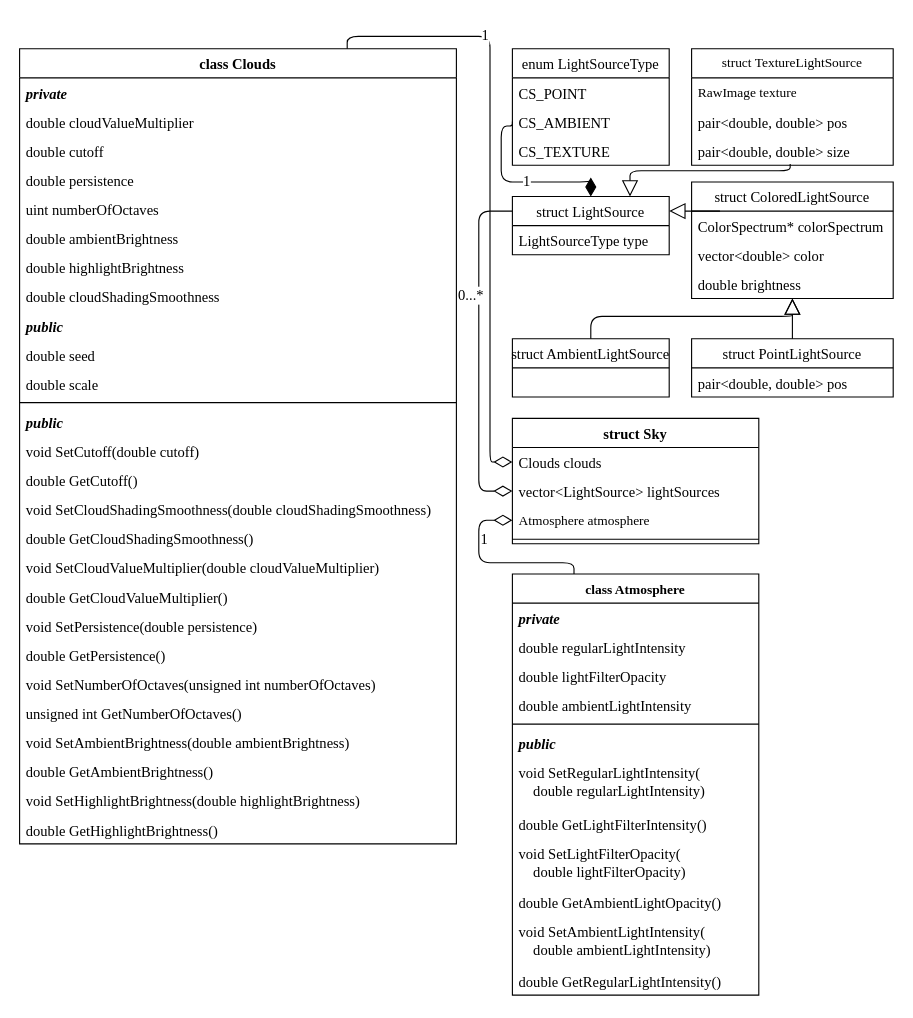
SpatiumOwl/ComplexSky-2.0 keeps this draw.io diagram as page "Sky" (3 of 9) of Docs/Class diagrams.drawio. Above is the earlier version. Source tidied: cells renumbered, new cells numbered last; positions are measured from the earlier drawing's top-left corner, leaving out a move shared by most shapes. Both pictures are drawn from the tidied source at 112%, with x=0, y=0 at pixel (19, 36).
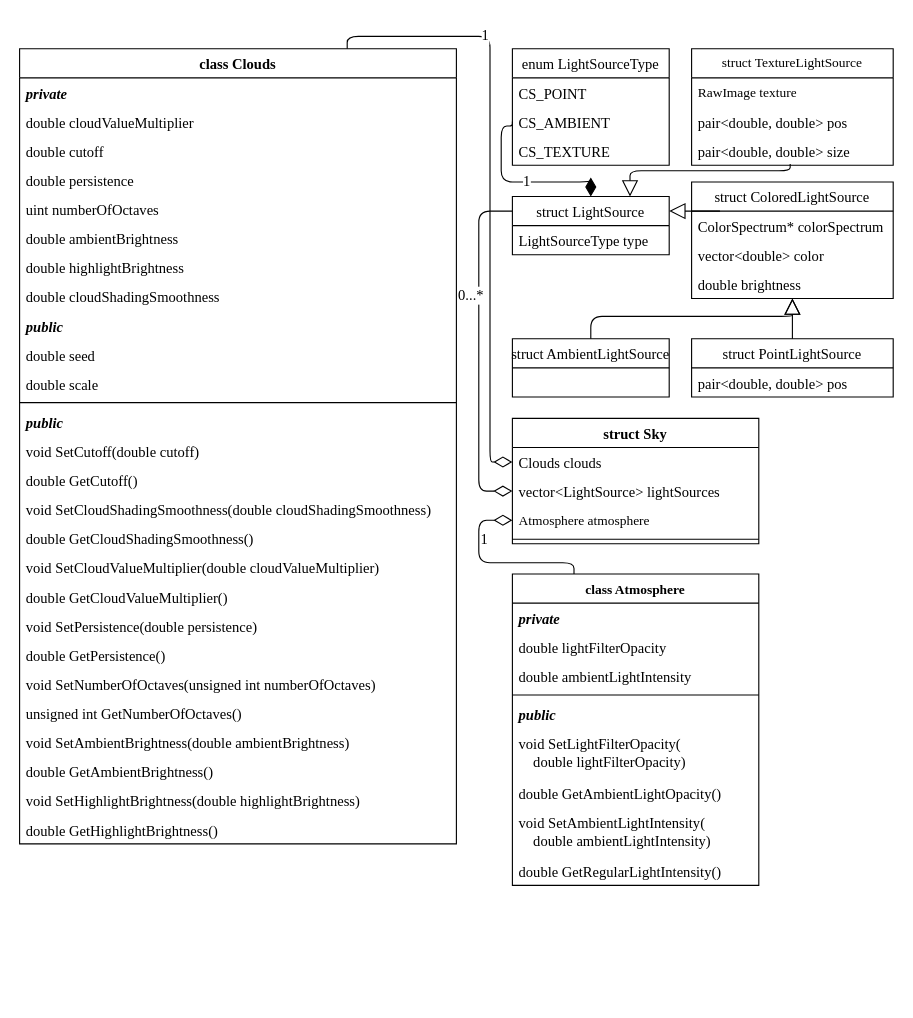
The same diagram, later.

Change to the diagram source:
```diff
@@
     <mxCell id="54" value="class Atmosphere" style="swimlane;fontStyle=1;align=center;verticalAlign=top;horizontal=1;startSize=26;whiteSpace=wrap;html=1;fontFamily=Times New Roman;" parent="1" vertex="1">
-      <mxGeometry x="440" y="480" width="220" height="376" as="geometry" />
+      <mxGeometry x="440" y="480" width="220" height="278" as="geometry" />
     </mxCell>
@@
-    <mxCell id="56" value="double regularLightIntensity" style="text;strokeColor=none;fillColor=none;align=left;verticalAlign=top;spacingLeft=4;spacingRight=4;overflow=hidden;fontFamily=Times New Roman;fontSize=13;" parent="54" vertex="1">
-      <mxGeometry y="52" width="220" height="26" as="geometry" />
-    </mxCell>
     <mxCell id="57" value="double lightFilterOpacity" style="text;strokeColor=none;fillColor=none;align=left;verticalAlign=top;spacingLeft=4;spacingRight=4;overflow=hidden;fontFamily=Times New Roman;fontSize=13;" parent="54" vertex="1">
-      <mxGeometry y="78" width="220" height="26" as="geometry" />
+      <mxGeometry y="52" width="220" height="26" as="geometry" />
     </mxCell>
     <mxCell id="58" value="double ambientLightIntensity" style="text;strokeColor=none;fillColor=none;align=left;verticalAlign=top;spacingLeft=4;spacingRight=4;overflow=hidden;fontFamily=Times New Roman;fontSize=13;" parent="54" vertex="1">
-      <mxGeometry y="104" width="220" height="26" as="geometry" />
+      <mxGeometry y="78" width="220" height="26" as="geometry" />
     </mxCell>
     <mxCell id="59" style="line;strokeWidth=1;fillColor=none;align=left;verticalAlign=middle;spacingTop=-1;spacingLeft=3;spacingRight=3;labelPosition=right;strokeColor=inherit;fontFamily=Times New Roman;" parent="54" vertex="1">
-      <mxGeometry y="130" width="220" height="8" as="geometry" />
+      <mxGeometry y="104" width="220" height="8" as="geometry" />
     </mxCell>
     <mxCell id="60" value="public" style="text;strokeColor=none;fillColor=none;align=left;verticalAlign=top;spacingLeft=4;spacingRight=4;overflow=hidden;fontStyle=3;fontFamily=Times New Roman;fontSize=13;" parent="54" vertex="1">
-      <mxGeometry y="138" width="220" height="26" as="geometry" />
+      <mxGeometry y="112" width="220" height="26" as="geometry" />
     </mxCell>
-    <mxCell id="61" value="void SetRegularLightIntensity(&#10;    double regularLightIntensity)" style="text;strokeColor=none;fillColor=none;align=left;verticalAlign=top;spacingLeft=4;spacingRight=4;overflow=hidden;fontFamily=Times New Roman;fontSize=13;" parent="54" vertex="1">
-      <mxGeometry y="164" width="220" height="46" as="geometry" />
-    </mxCell>
-    <mxCell id="62" value="double GetLightFilterIntensity()" style="text;strokeColor=none;fillColor=none;align=left;verticalAlign=top;spacingLeft=4;spacingRight=4;overflow=hidden;fontFamily=Times New Roman;fontSize=13;" parent="54" vertex="1">
-      <mxGeometry y="210" width="220" height="26" as="geometry" />
-    </mxCell>
     <mxCell id="63" value="void SetLightFilterOpacity(&#10;    double lightFilterOpacity)" style="text;strokeColor=none;fillColor=none;align=left;verticalAlign=top;spacingLeft=4;spacingRight=4;overflow=hidden;fontFamily=Times New Roman;fontSize=13;" parent="54" vertex="1">
-      <mxGeometry y="236" width="220" height="44" as="geometry" />
+      <mxGeometry y="138" width="220" height="44" as="geometry" />
     </mxCell>
     <mxCell id="64" value="double GetAmbientLightOpacity()" style="text;strokeColor=none;fillColor=none;align=left;verticalAlign=top;spacingLeft=4;spacingRight=4;overflow=hidden;fontFamily=Times New Roman;fontSize=13;" parent="54" vertex="1">
-      <mxGeometry y="280" width="220" height="26" as="geometry" />
+      <mxGeometry y="182" width="220" height="26" as="geometry" />
     </mxCell>
     <mxCell id="65" value="void SetAmbientLightIntensity(&#10;    double ambientLightIntensity)" style="text;strokeColor=none;fillColor=none;align=left;verticalAlign=top;spacingLeft=4;spacingRight=4;overflow=hidden;fontFamily=Times New Roman;fontSize=13;" parent="54" vertex="1">
-      <mxGeometry y="306" width="220" height="44" as="geometry" />
+      <mxGeometry y="208" width="220" height="44" as="geometry" />
     </mxCell>
     <mxCell id="66" value="double GetRegularLightIntensity()" style="text;strokeColor=none;fillColor=none;align=left;verticalAlign=top;spacingLeft=4;spacingRight=4;overflow=hidden;fontFamily=Times New Roman;fontSize=13;" parent="54" vertex="1">
-      <mxGeometry y="350" width="220" height="26" as="geometry" />
+      <mxGeometry y="252" width="220" height="26" as="geometry" />
     </mxCell>
```
